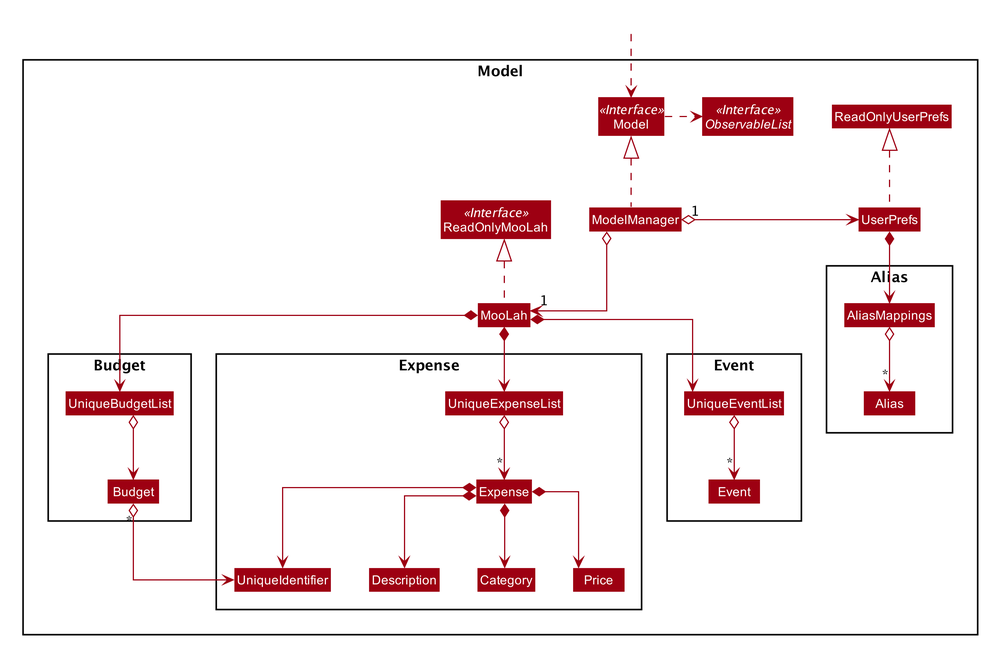
nus-cs2103-AY1920S1/addressbook-level3 keeps this PlantUML diagram as docs/images/ModelClassDiagram.png. Above is the earlier version.
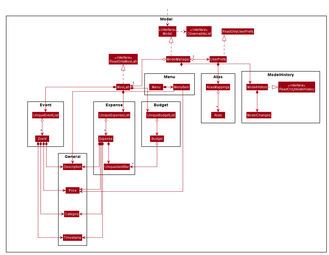
The same diagram one commit later.

Change to the diagram source:
```diff
@@ -64,12 +64,16 @@
 Class UserPrefs
 Class ReadOnlyUserPrefs
 
+Package General {
+Class Description
+Class Category
+Class Price
+Class Timestamp
+}
+
 Package Expense {
 Class UniqueIdentifier
 Class Expense
-Class Description
-Class Category
-Class Price
 Class UniqueExpenseList
 }
 
@@ -87,6 +91,17 @@
 Class Alias
 Class AliasMappings
 }
+
+Package ModelHistory {
+Interface ReadOnlyModelHistory <<Interface>>
+Class ModelHistory
+Class ModelChanges
+}
+
+Package Menu{
+Class Menu
+Class MenuItem
+}
 }
 
 Class HiddenOutside #FFFFFF
@@ -100,20 +115,34 @@
 ModelManager o-left-> "1" UserPrefs
 UserPrefs .up.|> ReadOnlyUserPrefs
 
+ModelHistory .right.|> ReadOnlyModelHistory
 MooLah *--> UniqueExpenseList
 MooLah *--> UniqueEventList
 MooLah *--> UniqueBudgetList
+ModelManager *--> ModelHistory
 
 UniqueBudgetList o--> Budget
 UniqueExpenseList "*" o--> Expense
-Expense *--> Price
-Expense *--> Description
-Expense *--> Category
+Expense *---> Price
+Expense *-> Description
+Expense *----> Category
 Expense *--> UniqueIdentifier
 UserPrefs *--> AliasMappings
 AliasMappings "*" o--> Alias
-Budget "*" o--> UniqueIdentifier
+Budget o--> "*" UniqueIdentifier
 UniqueEventList "*" o-->  Event
+ModelHistory *--> ModelChanges
+Menu *-right--> MenuItem
+MenuItem ----> Description
+MenuItem ----> Price
+Expense *---> Timestamp
+Event *--> Timestamp
+Event *--> Price
+Event *--> Description
+Event *--> Category
 
+Description -[hidden]-> Price
+Price -[hidden]-> Category
+Category -[hidden]-> Timestamp
 
 @enduml
```
